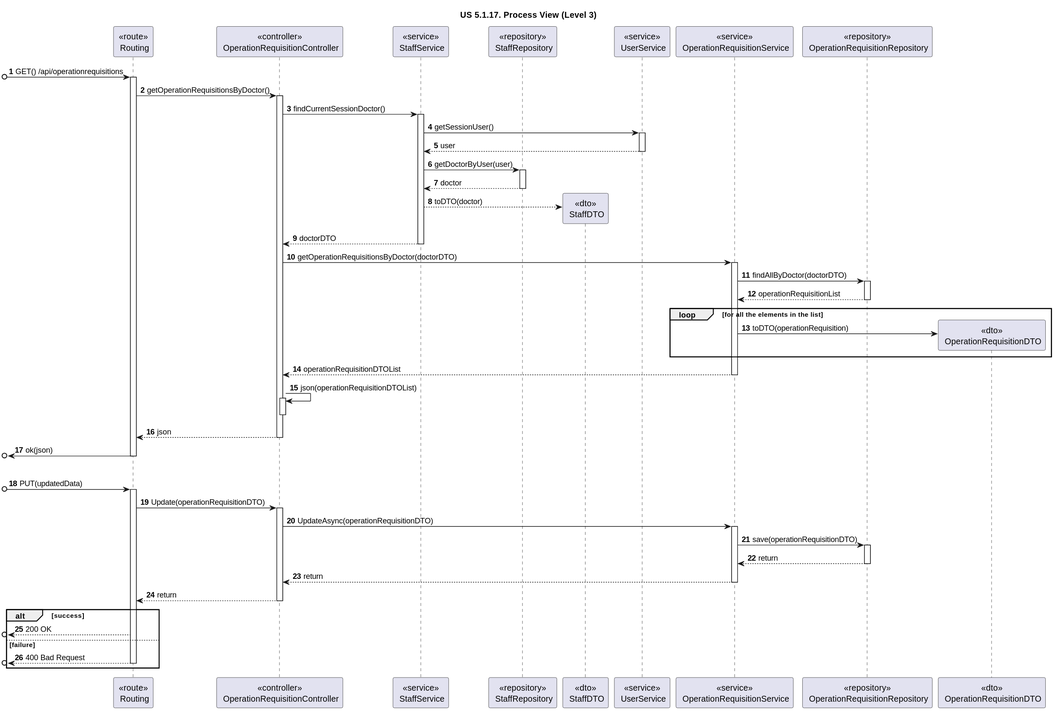
Before: docs/sprint-1/1220683/us-5.1.17/diagrams/Process_View/Level-3/us17-process-view-lvl3.svg, a diagram exported from PlantUML (rita-barbosa/LAPR5-2425).
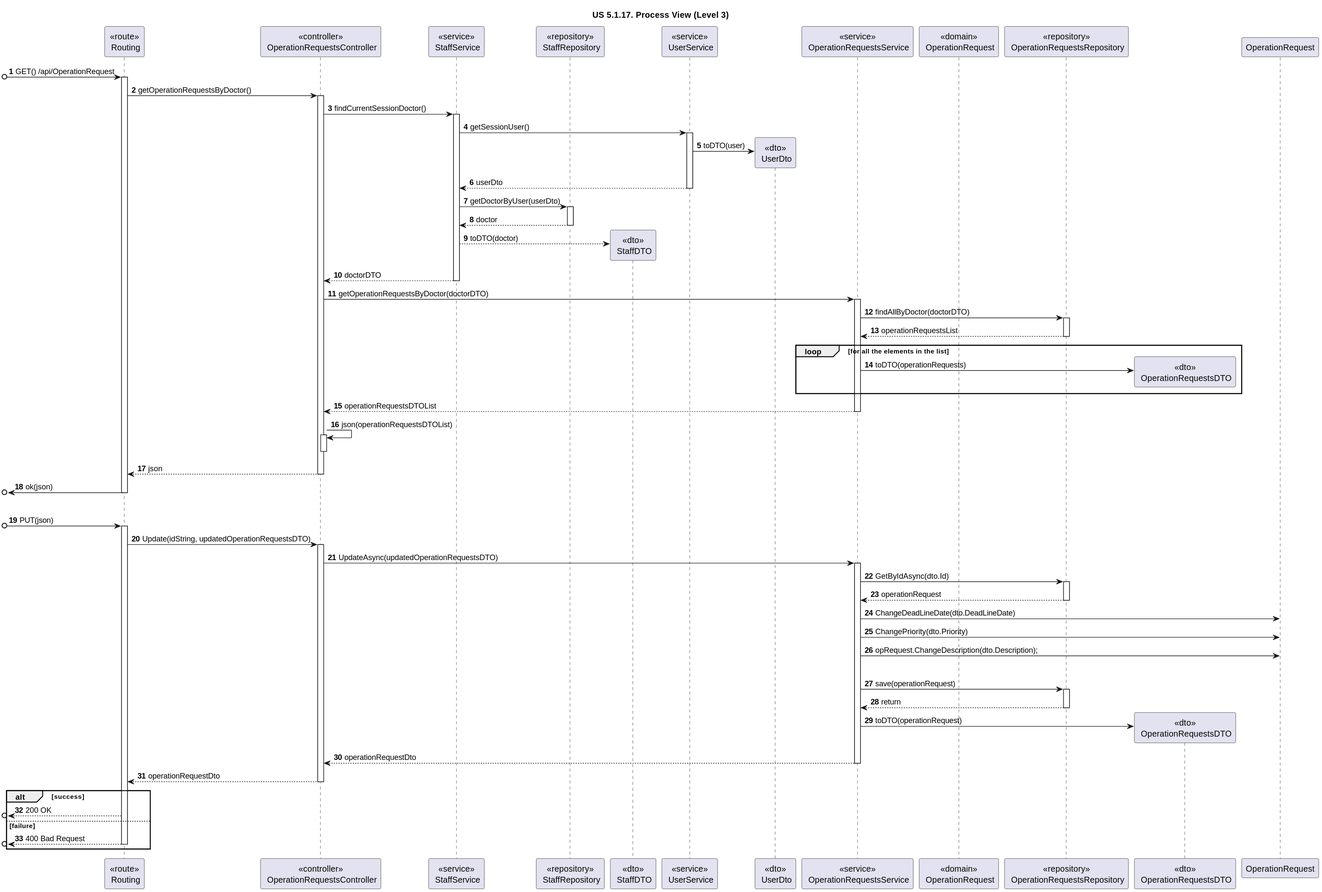
The same file after the commit.

Commit message:
DG38-194 | docs: readme and design diagrams corrections

What changed in the source:
```diff
@@ -5,23 +5,25 @@
 autonumber
 
 participant "<<route>>\n Routing" as ROUTE
-participant "<<controller>>\n OperationRequisitionController" as CONTROL
+participant "<<controller>>\n OperationRequestsController" as CONTROL
 
 participant "<<service>>\n StaffService" as STAFFServ
 participant "<<repository>>\n StaffRepository" as STAFFRepo
 participant "<<dto>>\n StaffDTO" as StaffDTO
 
 participant "<<service>>\n UserService" as AUTHServ
+participant "<<dto>>\n UserDto" as UserDto
 
-participant "<<service>>\n OperationRequisitionService" as OPREQServ
-participant "<<repository>>\n OperationRequisitionRepository" as OPREQRepo
-participant "<<dto>>\n OperationRequisitionDTO" as OPREQDTO
+participant "<<service>>\n OperationRequestsService" as OPREQServ
+participant "<<domain>>\n OperationRequest" as OPRequest
+participant "<<repository>>\n OperationRequestsRepository" as OPREQRepo
+participant "<<dto>>\n OperationRequestsDTO" as OPREQDTO
 
 
-[o-> ROUTE : GET() /api/operationrequisitions
+[o-> ROUTE : GET() /api/OperationRequest
 activate ROUTE
 
-ROUTE -> CONTROL : getOperationRequisitionsByDoctor()
+ROUTE -> CONTROL : getOperationRequestsByDoctor()
 activate CONTROL
 
 CONTROL -> STAFFServ : findCurrentSessionDoctor()
@@ -30,10 +32,12 @@
 STAFFServ -> AUTHServ : getSessionUser()
 activate AUTHServ
 
-AUTHServ --> STAFFServ : user
+AUTHServ -> UserDto ** : toDTO(user)
+
+AUTHServ --> STAFFServ : userDto
 deactivate AUTHServ
 
-STAFFServ -> STAFFRepo : getDoctorByUser(user)
+STAFFServ -> STAFFRepo : getDoctorByUser(userDto)
 activate STAFFRepo
 
 STAFFRepo --> STAFFServ : doctor
@@ -44,24 +48,24 @@
 STAFFServ --> CONTROL : doctorDTO
 deactivate STAFFServ
 
-CONTROL -> OPREQServ : getOperationRequisitionsByDoctor(doctorDTO)
+CONTROL -> OPREQServ : getOperationRequestsByDoctor(doctorDTO)
 activate OPREQServ
 
 OPREQServ -> OPREQRepo : findAllByDoctor(doctorDTO)
 activate OPREQRepo
 
-OPREQRepo --> OPREQServ : operationRequisitionList
+OPREQRepo --> OPREQServ : operationRequestsList
 deactivate OPREQRepo
 
 loop for all the elements in the list
-OPREQServ -> OPREQDTO ** : toDTO(operationRequisition)
+OPREQServ -> OPREQDTO ** : toDTO(operationRequests)
 
 end loop
 
-OPREQServ --> CONTROL : operationRequisitionDTOList
+OPREQServ --> CONTROL : operationRequestsDTOList
 deactivate OPREQServ
 
-CONTROL -> CONTROL : json(operationRequisitionDTOList)
+CONTROL -> CONTROL : json(operationRequestsDTOList)
 activate CONTROL
 deactivate CONTROL
 
@@ -73,25 +77,40 @@
 
 |||
 
-[o-> ROUTE : PUT(updatedData)
+[o-> ROUTE : PUT(json)
 activate ROUTE
 
-ROUTE -> CONTROL : Update(operationRequisitionDTO)
+ROUTE -> CONTROL : Update(idString, updatedOperationRequestsDTO)
 activate CONTROL
 
-CONTROL -> OPREQServ : UpdateAsync(operationRequisitionDTO)
+
+
+CONTROL -> OPREQServ : UpdateAsync(updatedOperationRequestsDTO)
 activate OPREQServ
 
-OPREQServ -> OPREQRepo : save(operationRequisitionDTO)
+OPREQServ -> OPREQRepo : GetByIdAsync(dto.Id)
+activate OPREQRepo
+
+OPREQRepo --> OPREQServ : operationRequest
+deactivate OPREQRepo
+
+OPREQServ -> OperationRequest : ChangeDeadLineDate(dto.DeadLineDate)
+OPREQServ -> OperationRequest : ChangePriority(dto.Priority)
+OPREQServ -> OperationRequest : opRequest.ChangeDescription(dto.Description);
+|||
+
+OPREQServ -> OPREQRepo : save(operationRequest)
 activate OPREQRepo
 
 OPREQRepo --> OPREQServ : return
 deactivate OPREQRepo
 
-OPREQServ --> CONTROL : return
+OPREQServ -> OPREQDTO ** : toDTO(operationRequest)
+
+OPREQServ --> CONTROL : operationRequestDto
 deactivate OPREQServ
 
-CONTROL --> ROUTE : return
+CONTROL --> ROUTE : operationRequestDto
 deactivate CONTROL
 
 
```
